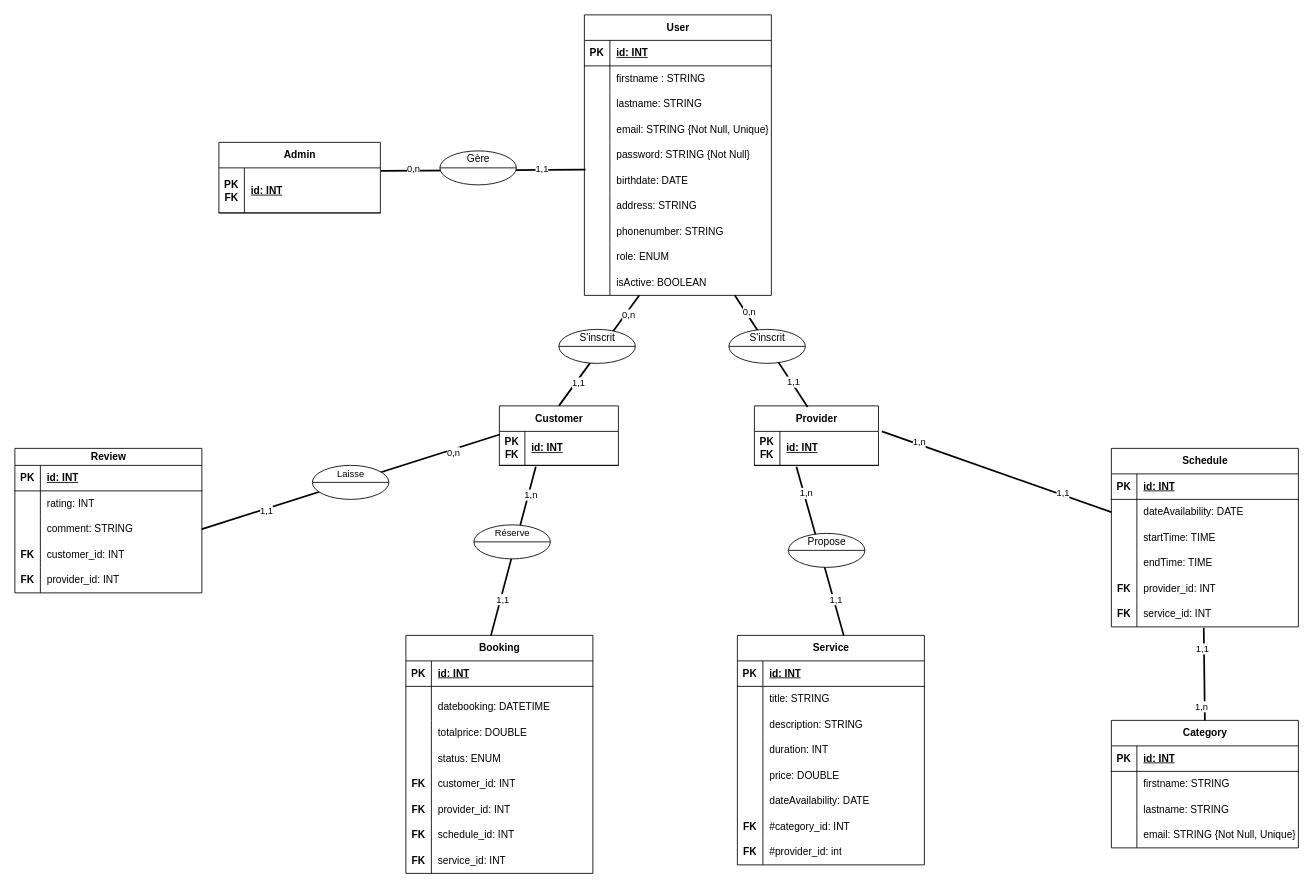
Above: BB_diagrams_entite.drawio in Steony/BeautyBookerApp (draw.io), before the change. Source tidied: cells renumbered, new cells numbered last; positions are measured from the earlier drawing's top-left corner, leaving out a move shared by most shapes. Both pictures are drawn from the tidied source at 85%, with x=0, y=0 at pixel (14, 14).
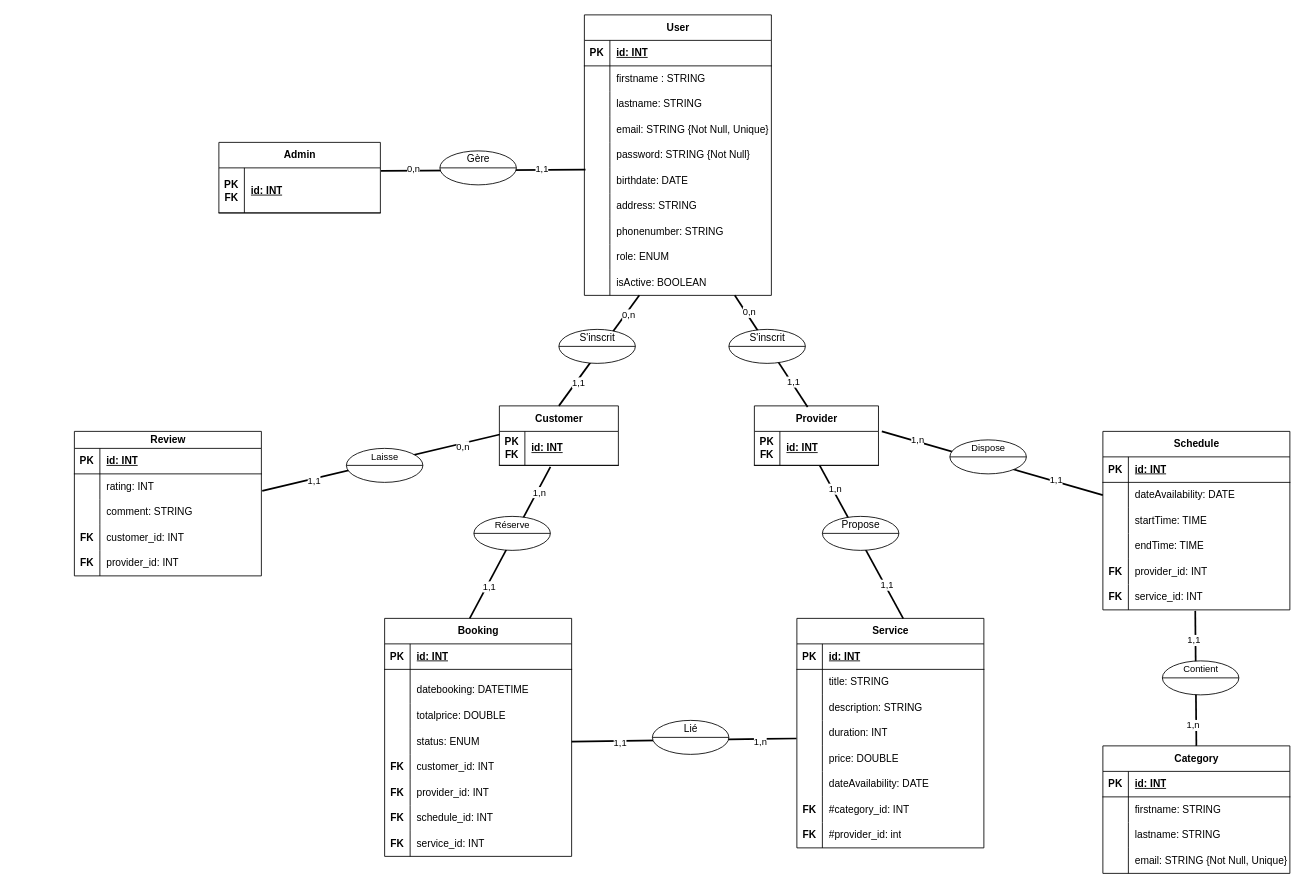
The same diagram, later.

Commit message:
Mettre à jour BB_diagrams_entite.drawio

Unchanged cells that the change refers to:
```xml
<mxCell id="34" style="shape=tableRow;horizontal=0;startSize=0;swimlaneHead=0;swimlaneBody=0;fillColor=none;points=[[0,0.5],[1,0.5]];portConstraint=eastwest;top=0;left=0;right=0;bottom=1;" parent="33" vertex="1">
  <mxGeometry y="30" width="140" height="40" as="geometry" />
</mxCell>
<mxCell id="38" style="shape=tableRow;horizontal=0;startSize=0;swimlaneHead=0;swimlaneBody=0;fillColor=none;points=[[0,0.5],[1,0.5]];portConstraint=eastwest;top=0;left=0;right=0;bottom=1;" parent="37" vertex="1">
  <mxGeometry y="30" width="146" height="40" as="geometry" />
</mxCell>
<mxCell id="59" value="Booking" style="shape=table;startSize=30;childLayout=tableLayout;rowLines=0;fontStyle=1;align=center;html=1;" parent="58" vertex="1">
  <mxGeometry width="220" height="280" as="geometry" />
</mxCell>
<mxCell id="69" style="shape=tableRow;horizontal=0;startSize=0;swimlaneHead=0;swimlaneBody=0;fillColor=none;points=[[0,0.5],[1,0.5]];portConstraint=eastwest;top=0;left=0;right=0;bottom=0;" parent="59" vertex="1">
  <mxGeometry y="130" width="220" height="30" as="geometry" />
</mxCell>
<mxCell id="89" value="Service" style="shape=table;startSize=30;childLayout=tableLayout;rowLines=0;fontStyle=1;align=center;html=1;" parent="88" vertex="1">
  <mxGeometry width="220" height="270" as="geometry" />
</mxCell>
<mxCell id="99" style="shape=tableRow;horizontal=0;startSize=0;swimlaneHead=0;swimlaneBody=0;fillColor=none;points=[[0,0.5],[1,0.5]];portConstraint=eastwest;top=0;left=0;right=0;bottom=0;" parent="89" vertex="1">
  <mxGeometry y="120" width="220" height="30" as="geometry" />
</mxCell>
<mxCell id="157" style="shape=tableRow;horizontal=0;startSize=0;swimlaneHead=0;swimlaneBody=0;fillColor=none;points=[[0,0.5],[1,0.5]];portConstraint=eastwest;top=0;left=0;right=0;bottom=0;" parent="150" vertex="1">
  <mxGeometry y="80" width="220" height="30" as="geometry" />
</mxCell>
```

The edit, as a diff of the source:
```diff
@@
     <mxCell id="45" value="Category" style="shape=table;startSize=30;childLayout=tableLayout;rowLines=0;fontStyle=1;align=center;html=1;" parent="1" vertex="1">
-      <mxGeometry x="1290" y="830" width="220" height="150" as="geometry" />
+      <mxGeometry x="1280" y="860" width="220" height="150" as="geometry" />
     </mxCell>
@@
     <mxCell id="58" style="group;" parent="1" vertex="1">
-      <mxGeometry x="460" y="730" width="220" height="280" as="geometry" />
+      <mxGeometry x="435" y="710" width="220" height="280" as="geometry" />
     </mxCell>
@@
     <mxCell id="88" style="group;" parent="1" vertex="1">
-      <mxGeometry x="850" y="730" width="220" height="270" as="geometry" />
+      <mxGeometry x="920" y="710" width="220" height="270" as="geometry" />
     </mxCell>
@@
-    <mxCell id="116" style="endArrow=none;html=1;rounded=0;exitX=0.003;exitY=0.093;exitDx=0;exitDy=0;exitPerimeter=0;strokeWidth=2;entryX=1;entryY=0.5;entryDx=0;entryDy=0;" parent="1" edge="1" source="34" target="157">
-      <mxGeometry relative="1" as="geometry" />
+    <mxCell id="116" style="endArrow=none;html=1;rounded=0;exitX=0.003;exitY=0.093;exitDx=0;exitDy=0;exitPerimeter=0;strokeWidth=2;" parent="1" edge="1" source="34">
+      <mxGeometry relative="1" as="geometry">
+        <mxPoint x="291" y="560" as="targetPoint" />
+      </mxGeometry>
     </mxCell>
@@
     <mxCell id="119" style="group;" parent="1" vertex="1">
-      <mxGeometry x="350" y="530" width="90" height="40" as="geometry" />
+      <mxGeometry x="390" y="510" width="90" height="40" as="geometry" />
     </mxCell>
@@
-    <mxCell id="122" style="endArrow=none;html=1;rounded=0;exitX=0.306;exitY=1.042;exitDx=0;exitDy=0;exitPerimeter=0;strokeWidth=2;entryX=0.455;entryY=0;entryDx=0;entryDy=0;entryPerimeter=0;" parent="1" edge="1" source="34" target="59">
+    <mxCell id="122" style="endArrow=none;html=1;rounded=0;exitX=0.429;exitY=1.042;exitDx=0;exitDy=0;exitPerimeter=0;strokeWidth=2;entryX=0.455;entryY=0;entryDx=0;entryDy=0;entryPerimeter=0;" parent="1" edge="1" source="34" target="59">
       <mxGeometry relative="1" as="geometry" />
     </mxCell>
@@
     <mxCell id="125" style="group;" parent="1" vertex="1">
-      <mxGeometry x="540" y="600" width="90" height="40" as="geometry" />
+      <mxGeometry x="540" y="590" width="90" height="40" as="geometry" />
     </mxCell>
@@
-    <mxCell id="128" style="endArrow=none;html=1;rounded=0;strokeWidth=2;exitX=0.339;exitY=1.04;exitDx=0;exitDy=0;exitPerimeter=0;entryX=0.569;entryY=0.001;entryDx=0;entryDy=0;entryPerimeter=0;" parent="1" edge="1" source="38" target="89">
+    <mxCell id="128" style="endArrow=none;html=1;rounded=0;strokeWidth=2;exitX=0.527;exitY=1.01;exitDx=0;exitDy=0;exitPerimeter=0;entryX=0.569;entryY=0.001;entryDx=0;entryDy=0;entryPerimeter=0;" parent="1" edge="1" source="38" target="89">
       <mxGeometry relative="1" as="geometry" />
     </mxCell>
@@
     <mxCell id="143" style="group;" parent="1" vertex="1">
-      <mxGeometry x="910" y="610" width="90" height="40" as="geometry" />
+      <mxGeometry x="950" y="590" width="90" height="40" as="geometry" />
     </mxCell>
@@
     <mxCell id="146" style="group;" parent="1" vertex="1">
-      <mxGeometry y="510" width="220" height="170" as="geometry" />
+      <mxGeometry x="70" y="490" width="220" height="170" as="geometry" />
     </mxCell>
@@
     <mxCell id="169" style="group;" parent="1" vertex="1">
-      <mxGeometry x="1290" y="510" width="220" height="210" as="geometry" />
+      <mxGeometry x="1280" y="490" width="220" height="210" as="geometry" />
     </mxCell>
@@
+    <mxCell id="201" style="group;" parent="1" vertex="1">
+      <mxGeometry x="1100" y="500" width="90" height="40" as="geometry" />
+    </mxCell>
+    <mxCell id="202" style="shape=lineEllipse;perimeter=ellipsePerimeter;whiteSpace=wrap;html=1;backgroundOutline=1;" parent="201" vertex="1">
+      <mxGeometry width="90" height="40" as="geometry" />
+    </mxCell>
+    <mxCell id="203" value="&lt;font style=&quot;font-size: 11px;&quot;&gt;Dispose&lt;/font&gt;" style="text;html=1;align=center;verticalAlign=middle;whiteSpace=wrap;rounded=0;" parent="201" vertex="1">
+      <mxGeometry x="17.5" width="55" height="20" as="geometry" />
+    </mxCell>
+    <mxCell id="204" style="group;" parent="1" vertex="1">
+      <mxGeometry x="1350" y="760" width="90" height="40" as="geometry" />
+    </mxCell>
+    <mxCell id="205" style="shape=lineEllipse;perimeter=ellipsePerimeter;whiteSpace=wrap;html=1;backgroundOutline=1;" parent="204" vertex="1">
+      <mxGeometry width="90" height="40" as="geometry" />
+    </mxCell>
+    <mxCell id="206" value="&lt;span style=&quot;font-size: 11px;&quot;&gt;Contient&lt;/span&gt;" style="text;html=1;align=center;verticalAlign=middle;whiteSpace=wrap;rounded=0;" parent="204" vertex="1">
+      <mxGeometry x="17.5" width="55" height="20" as="geometry" />
+    </mxCell>
+    <mxCell id="207" style="endArrow=none;html=1;rounded=0;strokeWidth=2;exitX=-0.002;exitY=0.71;exitDx=0;exitDy=0;exitPerimeter=0;entryX=1;entryY=0.5;entryDx=0;entryDy=0;" parent="1" edge="1" source="99" target="69">
+      <mxGeometry relative="1" as="geometry" />
+    </mxCell>
+    <mxCell id="208" value="1,n" style="edgeLabel;html=1;align=center;verticalAlign=middle;" parent="207" vertex="1">
+      <mxGeometry x="-0.68" y="3" relative="1" as="geometry">
+        <mxPoint x="-1" as="offset" />
+      </mxGeometry>
+    </mxCell>
+    <mxCell id="209" value="1,1" style="edgeLabel;html=1;align=center;verticalAlign=middle;" parent="207" vertex="1">
+      <mxGeometry x="0.57" y="2" relative="1" as="geometry" />
+    </mxCell>
+    <mxCell id="210" style="group;" parent="1" vertex="1">
+      <mxGeometry x="750" y="830" width="90" height="40" as="geometry" />
+    </mxCell>
+    <mxCell id="211" style="shape=lineEllipse;perimeter=ellipsePerimeter;whiteSpace=wrap;html=1;backgroundOutline=1;" parent="210" vertex="1">
+      <mxGeometry width="90" height="40" as="geometry" />
+    </mxCell>
+    <mxCell id="212" value="Lié" style="text;html=1;align=center;verticalAlign=middle;whiteSpace=wrap;rounded=0;" parent="210" vertex="1">
+      <mxGeometry x="17.5" width="55" height="20" as="geometry" />
+    </mxCell>
```
